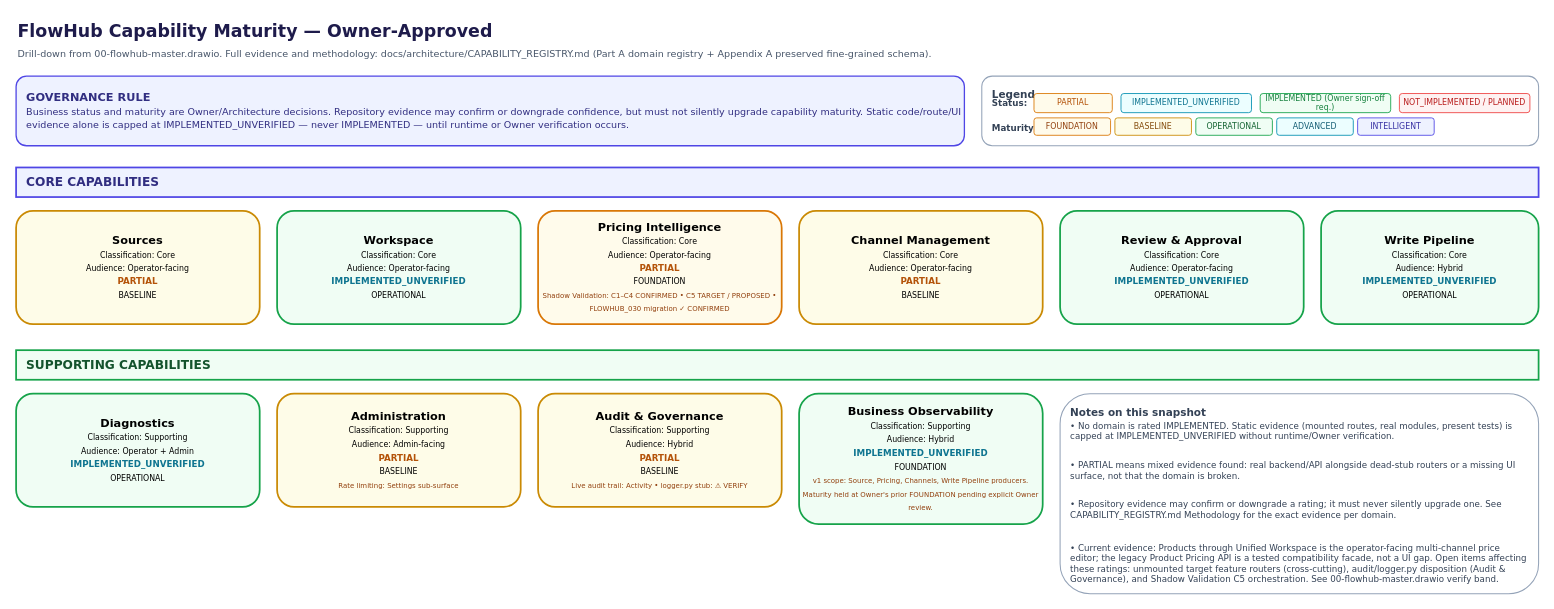
Before: docs/draw/50-capability-maturity.drawio in nima-sadria/FlowHub, a draw.io diagram. Source tidied: cells renumbered, new cells numbered last; positions are measured from the earlier drawing's top-left corner, leaving out a move shared by most shapes. Both pictures are drawn from the tidied source at 87%, with x=0, y=0 at pixel (16, 15).
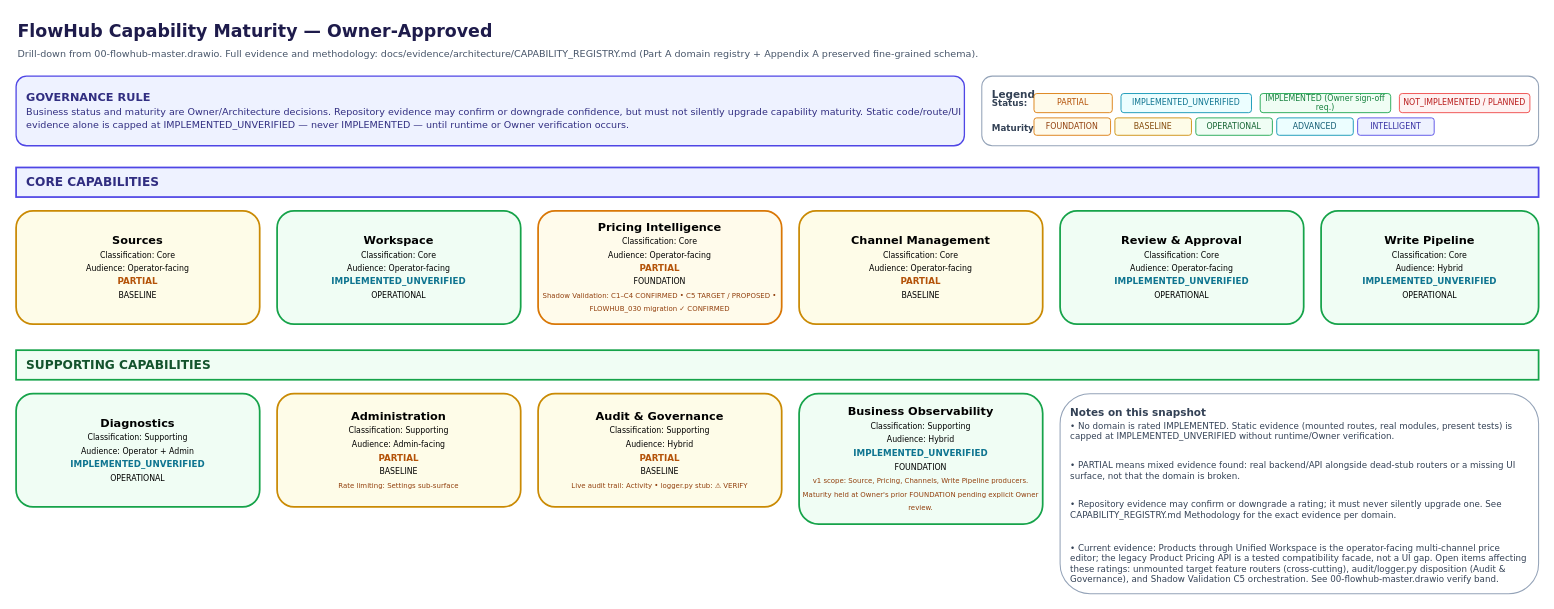
After the change.

The edit, as a diff of the source:
```diff
@@
-    <mxCell id="3" value="Drill-down from 00-flowhub-master.drawio. Full evidence and methodology: docs/architecture/CAPABILITY_REGISTRY.md (Part A domain registry + Appendix A preserved fine-grained schema)." style="text;html=1;align=left;verticalAlign=middle;fontSize=11;fontColor=#475569;fontFamily=Trebuchet MS,Verdana,Arial,sans-serif;" parent="1" vertex="1">
+    <mxCell id="3" value="Drill-down from 00-flowhub-master.drawio. Full evidence and methodology: docs/evidence/architecture/CAPABILITY_REGISTRY.md (Part A domain registry + Appendix A preserved fine-grained schema)." style="text;html=1;align=left;verticalAlign=middle;fontSize=11;fontColor=#475569;fontFamily=Trebuchet MS,Verdana,Arial,sans-serif;" parent="1" vertex="1">
       <mxGeometry y="34" width="900" height="20" as="geometry" />
     </mxCell>
```
